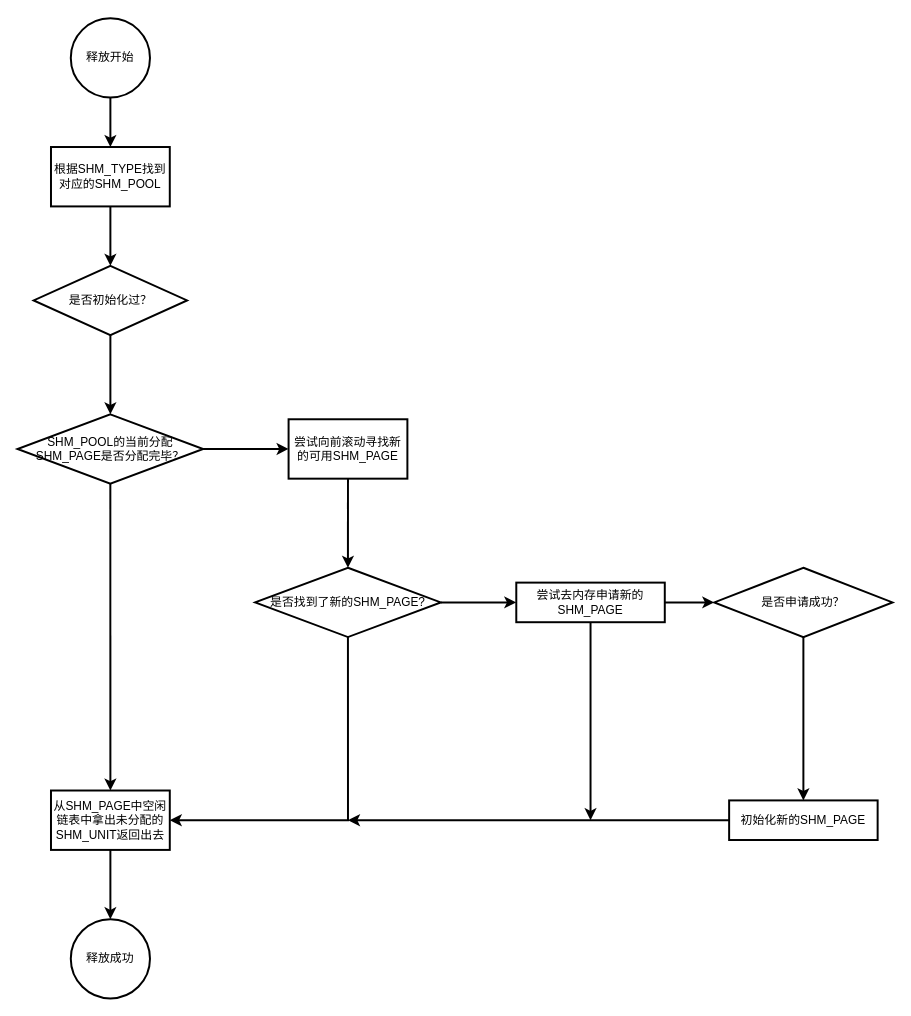
Earlier version of the draw.io diagram LCT3.drawio (FAKERINHEART/draw_folder). Source tidied: cells renumbered, new cells numbered last; positions are measured from the earlier drawing's top-left corner, leaving out a move shared by most shapes. Both pictures are drawn from the tidied source at 99%, with x=0, y=0 at pixel (17, 18).
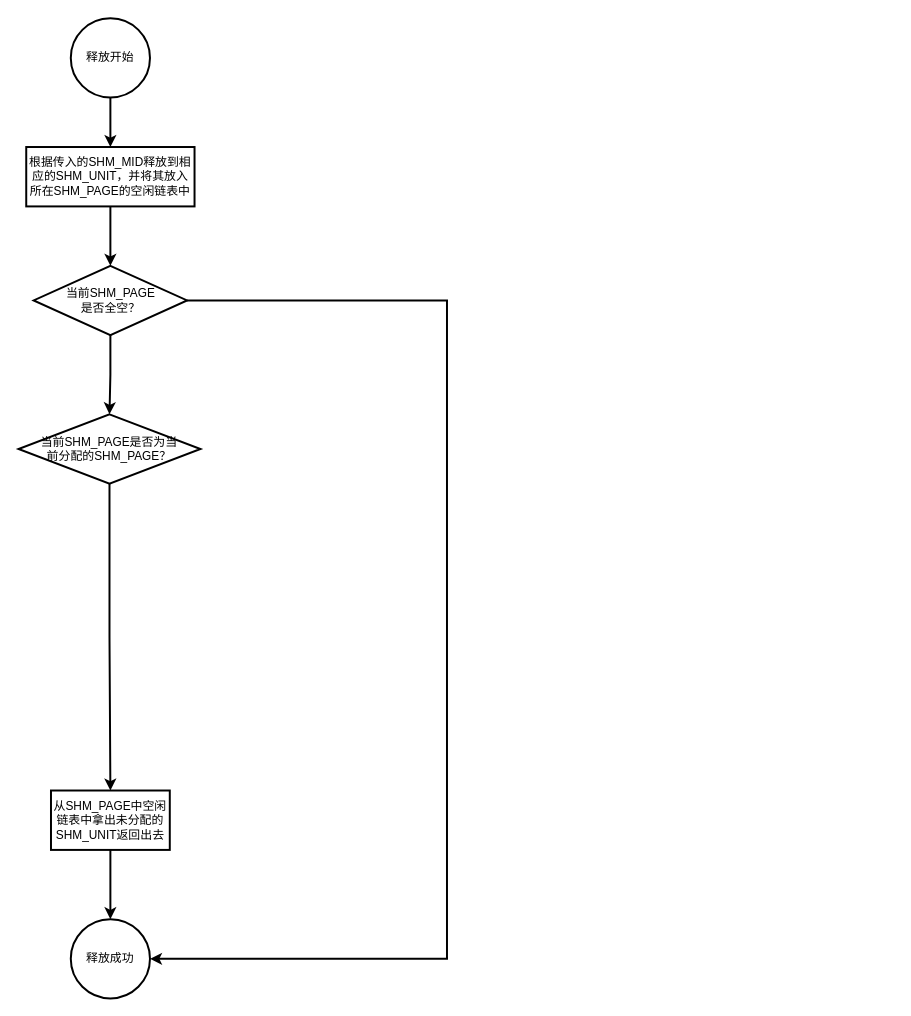
The same diagram, later.

The change refers to these unchanged cells:
```xml
<mxCell id="8" value="释放成功" style="ellipse;whiteSpace=wrap;html=1;strokeWidth=2;align=center;" parent="1" vertex="1">
  <mxGeometry x="54" y="910" width="80" height="80" as="geometry" />
</mxCell>
<mxCell id="23" value="从SHM_PAGE中空闲链表中拿出未分配的SHM_UNIT返回出去" style="rounded=0;whiteSpace=wrap;html=1;strokeWidth=2;" parent="1" vertex="1">
  <mxGeometry x="34" y="780" width="120" height="60" as="geometry" />
</mxCell>
```

Change to the diagram source:
```diff
@@
-    <mxCell id="5" value="根据SHM_TYPE找到对应的SHM_POOL" style="rounded=0;whiteSpace=wrap;html=1;strokeWidth=2;" parent="1" vertex="1">
-      <mxGeometry x="34" y="130" width="120" height="60" as="geometry" />
+    <mxCell id="5" value="根据传入的SHM_MID释放到相应的SHM_UNIT，并将其放入所在SHM_PAGE的空闲链表中" style="rounded=0;whiteSpace=wrap;html=1;strokeWidth=2;" parent="1" vertex="1">
+      <mxGeometry x="9" y="130" width="170" height="60" as="geometry" />
     </mxCell>
@@
+    <mxCell id="26" style="edgeStyle=orthogonalEdgeStyle;rounded=0;jettySize=auto;html=1;exitX=1;exitY=0.5;exitDx=0;exitDy=0;entryX=1;entryY=0.5;entryDx=0;entryDy=0;strokeWidth=2;" parent="1" edge="1" source="7" target="8">
+      <mxGeometry relative="1" as="geometry">
+        <Array as="points">
+          <mxPoint x="434" y="285" />
+          <mxPoint x="434" y="950" />
+        </Array>
+      </mxGeometry>
+    </mxCell>
-    <mxCell id="7" value="是否初始化过？" style="rhombus;whiteSpace=wrap;html=1;strokeWidth=2;" parent="1" vertex="1">
+    <mxCell id="7" value="当前SHM_PAGE&lt;br&gt;是否全空？" style="rhombus;whiteSpace=wrap;html=1;strokeWidth=2;" parent="1" vertex="1">
       <mxGeometry x="16.5" y="250" width="155" height="70" as="geometry" />
     </mxCell>
@@
-    <mxCell id="9" style="edgeStyle=orthogonalEdgeStyle;rounded=0;jettySize=auto;html=1;exitX=1;exitY=0.5;exitDx=0;exitDy=0;entryX=0;entryY=0.5;entryDx=0;entryDy=0;strokeWidth=2;" parent="1" edge="1" source="11" target="21">
-      <mxGeometry relative="1" as="geometry" />
-    </mxCell>
-    <mxCell id="10" style="edgeStyle=orthogonalEdgeStyle;rounded=0;jettySize=auto;html=1;exitX=0.5;exitY=1;exitDx=0;exitDy=0;strokeWidth=2;" parent="1" edge="1" source="11">
-      <mxGeometry relative="1" as="geometry">
-        <mxPoint x="579" y="810" as="targetPoint" />
-      </mxGeometry>
-    </mxCell>
-    <mxCell id="11" value="尝试去内存申请新的SHM_PAGE" style="rounded=0;whiteSpace=wrap;html=1;strokeWidth=2;align=center;" parent="1" vertex="1">
-      <mxGeometry x="504" y="570" width="150" height="40" as="geometry" />
-    </mxCell>
-    <mxCell id="12" style="edgeStyle=orthogonalEdgeStyle;rounded=0;jettySize=auto;html=1;exitX=1;exitY=0.5;exitDx=0;exitDy=0;entryX=0;entryY=0.5;entryDx=0;entryDy=0;strokeWidth=2;" parent="1" edge="1" source="14" target="16">
-      <mxGeometry relative="1" as="geometry" />
-    </mxCell>
@@
-    <mxCell id="14" value="SHM_POOL的当前分配SHM_PAGE是否分配完毕？" style="rhombus;whiteSpace=wrap;html=1;strokeWidth=2;" parent="1" vertex="1">
-      <mxGeometry x="0.2" y="400" width="187.5" height="70" as="geometry" />
+    <mxCell id="14" value="当前SHM_PAGE是否为当&lt;br&gt;前分配的SHM_PAGE？" style="rhombus;whiteSpace=wrap;html=1;strokeWidth=2;" parent="1" vertex="1">
+      <mxGeometry x="1.2" y="400" width="183.8" height="70" as="geometry" />
     </mxCell>
-    <mxCell id="15" style="edgeStyle=orthogonalEdgeStyle;rounded=0;jettySize=auto;html=1;exitX=0.5;exitY=1;exitDx=0;exitDy=0;entryX=0.5;entryY=0;entryDx=0;entryDy=0;strokeWidth=2;" parent="1" edge="1" source="16" target="19">
-      <mxGeometry relative="1" as="geometry" />
-    </mxCell>
-    <mxCell id="16" value="尝试向前滚动寻找新的可用SHM_PAGE" style="rounded=0;whiteSpace=wrap;html=1;strokeWidth=2;" parent="1" vertex="1">
-      <mxGeometry x="274" y="405" width="120" height="60" as="geometry" />
-    </mxCell>
-    <mxCell id="17" style="edgeStyle=orthogonalEdgeStyle;rounded=0;jettySize=auto;html=1;exitX=1;exitY=0.5;exitDx=0;exitDy=0;strokeWidth=2;" parent="1" edge="1" source="19" target="11">
-      <mxGeometry relative="1" as="geometry" />
-    </mxCell>
-    <mxCell id="18" style="edgeStyle=orthogonalEdgeStyle;rounded=0;jettySize=auto;html=1;exitX=0.5;exitY=1;exitDx=0;exitDy=0;entryX=1;entryY=0.5;entryDx=0;entryDy=0;strokeWidth=2;" parent="1" edge="1" source="19" target="23">
-      <mxGeometry relative="1" as="geometry">
-        <Array as="points">
-          <mxPoint x="334" y="810" />
-        </Array>
-      </mxGeometry>
-    </mxCell>
-    <mxCell id="19" value="是否找到了新的SHM_PAGE?" style="rhombus;whiteSpace=wrap;html=1;strokeWidth=2;" parent="1" vertex="1">
-      <mxGeometry x="240.2" y="555" width="187.5" height="70" as="geometry" />
-    </mxCell>
-    <mxCell id="20" style="edgeStyle=orthogonalEdgeStyle;rounded=0;jettySize=auto;html=1;exitX=0.5;exitY=1;exitDx=0;exitDy=0;entryX=0.5;entryY=0;entryDx=0;entryDy=0;strokeWidth=2;" parent="1" edge="1" source="21" target="25">
-      <mxGeometry relative="1" as="geometry" />
-    </mxCell>
-    <mxCell id="21" value="是否申请成功？" style="rhombus;whiteSpace=wrap;html=1;strokeWidth=2;" parent="1" vertex="1">
-      <mxGeometry x="704" y="555" width="180" height="70" as="geometry" />
-    </mxCell>
@@
-    <mxCell id="24" style="edgeStyle=orthogonalEdgeStyle;rounded=0;jettySize=auto;html=1;exitX=0;exitY=0.5;exitDx=0;exitDy=0;strokeWidth=2;" parent="1" edge="1" source="25">
-      <mxGeometry relative="1" as="geometry">
-        <mxPoint x="334" y="810" as="targetPoint" />
-      </mxGeometry>
-    </mxCell>
-    <mxCell id="25" value="初始化新的SHM_PAGE" style="rounded=0;whiteSpace=wrap;html=1;strokeWidth=2;align=center;" parent="1" vertex="1">
-      <mxGeometry x="719" y="790" width="150" height="40" as="geometry" />
-    </mxCell>
```
